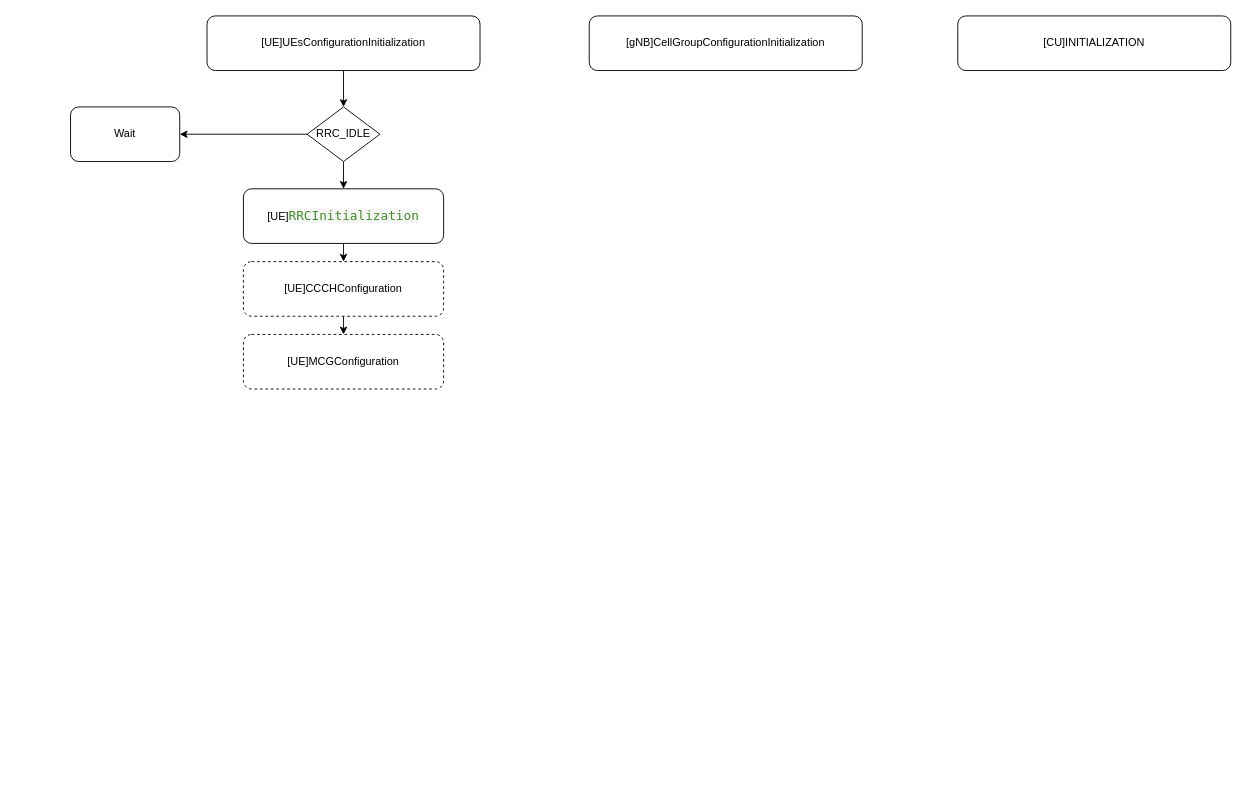
Before: Images/Multiple_gNB_FlowChart.drawio in TsaiChuWang/Cloud-RAN-Simulation-Electronic-Fence-Based-on-NFV, a draw.io diagram. Source tidied: cells renumbered, new cells numbered last; positions are measured from the earlier drawing's top-left corner, leaving out a move shared by most shapes. Both pictures are drawn from the tidied source at 91%, with x=0, y=0 at pixel (70, 15).
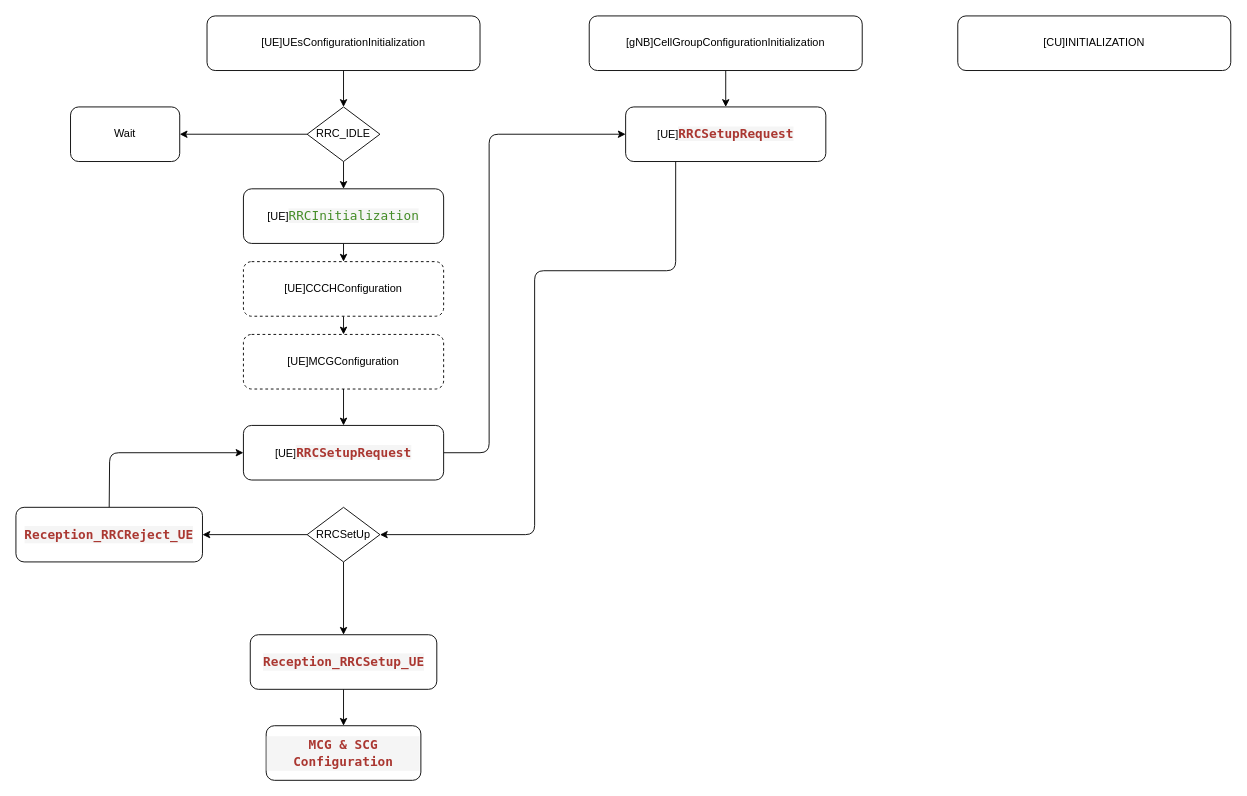
The same page after the edit.

Unchanged cells that the change refers to:
```xml
<mxCell id="2" value="[gNB]CellGroupConfigurationInitialization" style="rounded=1;whiteSpace=wrap;html=1;" parent="1" vertex="1">
  <mxGeometry x="570" width="300" height="60" as="geometry" />
</mxCell>
<mxCell id="14" value="[UE]MCGConfiguration" style="rounded=1;whiteSpace=wrap;html=1;dashed=1;" parent="1" vertex="1">
  <mxGeometry x="190" y="350" width="220" height="60" as="geometry" />
</mxCell>
```

The edit, as a diff of the source:
```diff
@@
+    <mxCell id="15" style="edgeStyle=none;html=1;" parent="1" edge="1" source="2" target="23">
+      <mxGeometry relative="1" as="geometry" />
+    </mxCell>
@@
+    <mxCell id="16" style="edgeStyle=none;html=1;" parent="1" edge="1" source="14" target="18">
+      <mxGeometry relative="1" as="geometry" />
+    </mxCell>
@@
+    <mxCell id="17" style="edgeStyle=none;html=1;entryX=0;entryY=0.5;entryDx=0;entryDy=0;exitX=1;exitY=0.5;exitDx=0;exitDy=0;" parent="1" edge="1" source="18" target="23">
+      <mxGeometry relative="1" as="geometry">
+        <Array as="points">
+          <mxPoint x="460" y="480" />
+          <mxPoint x="460" y="130" />
+        </Array>
+      </mxGeometry>
+    </mxCell>
+    <mxCell id="18" value="[UE]&lt;span style=&quot;color: rgb(170 , 55 , 49) ; font-weight: bold ; background-color: rgb(245 , 245 , 245) ; font-family: &amp;#34;droid sans mono&amp;#34; , &amp;#34;monospace&amp;#34; , monospace ; font-size: 14px&quot;&gt;RRCSetupRequest&lt;/span&gt;" style="rounded=1;whiteSpace=wrap;html=1;" parent="1" vertex="1">
+      <mxGeometry x="190" y="450" width="220" height="60" as="geometry" />
+    </mxCell>
+    <mxCell id="19" style="edgeStyle=none;html=1;" parent="1" edge="1" source="21" target="25">
+      <mxGeometry relative="1" as="geometry" />
+    </mxCell>
+    <mxCell id="20" style="edgeStyle=none;html=1;entryX=1;entryY=0.5;entryDx=0;entryDy=0;" parent="1" edge="1" source="21" target="28">
+      <mxGeometry relative="1" as="geometry" />
+    </mxCell>
+    <mxCell id="21" value="RRCSetUp" style="rhombus;whiteSpace=wrap;html=1;" parent="1" vertex="1">
+      <mxGeometry x="260" y="540" width="80" height="60" as="geometry" />
+    </mxCell>
+    <mxCell id="22" style="edgeStyle=none;html=1;entryX=1;entryY=0.5;entryDx=0;entryDy=0;exitX=0.25;exitY=1;exitDx=0;exitDy=0;" parent="1" edge="1" source="23" target="21">
+      <mxGeometry relative="1" as="geometry">
+        <Array as="points">
+          <mxPoint x="665" y="280" />
+          <mxPoint x="510" y="280" />
+          <mxPoint x="510" y="570" />
+        </Array>
+      </mxGeometry>
+    </mxCell>
+    <mxCell id="23" value="[UE]&lt;span style=&quot;color: rgb(170 , 55 , 49) ; font-weight: bold ; background-color: rgb(245 , 245 , 245) ; font-family: &amp;#34;droid sans mono&amp;#34; , &amp;#34;monospace&amp;#34; , monospace ; font-size: 14px&quot;&gt;RRCSetupRequest&lt;/span&gt;" style="rounded=1;whiteSpace=wrap;html=1;" parent="1" vertex="1">
+      <mxGeometry x="610" y="100" width="220" height="60" as="geometry" />
+    </mxCell>
+    <mxCell id="24" style="edgeStyle=none;html=1;" parent="1" edge="1" source="25" target="26">
+      <mxGeometry relative="1" as="geometry" />
+    </mxCell>
+    <mxCell id="25" value="&lt;div style=&quot;color: rgb(51 , 51 , 51) ; background-color: rgb(245 , 245 , 245) ; font-family: &amp;#34;droid sans mono&amp;#34; , &amp;#34;monospace&amp;#34; , monospace ; font-size: 14px ; line-height: 19px&quot;&gt;&lt;span style=&quot;color: #aa3731 ; font-weight: bold&quot;&gt;Reception_RRCSetup_UE&lt;/span&gt;&lt;/div&gt;" style="rounded=1;whiteSpace=wrap;html=1;" parent="1" vertex="1">
+      <mxGeometry x="197.5" y="680" width="205" height="60" as="geometry" />
+    </mxCell>
+    <mxCell id="26" value="&lt;div style=&quot;color: rgb(51 , 51 , 51) ; background-color: rgb(245 , 245 , 245) ; font-family: &amp;#34;droid sans mono&amp;#34; , &amp;#34;monospace&amp;#34; , monospace ; font-size: 14px ; line-height: 19px&quot;&gt;&lt;span style=&quot;color: #aa3731 ; font-weight: bold&quot;&gt;MCG &amp;amp; SCG Configuration&lt;/span&gt;&lt;/div&gt;" style="rounded=1;whiteSpace=wrap;html=1;" parent="1" vertex="1">
+      <mxGeometry x="215" y="780" width="170" height="60" as="geometry" />
+    </mxCell>
+    <mxCell id="27" style="edgeStyle=none;html=1;entryX=0;entryY=0.5;entryDx=0;entryDy=0;exitX=0.5;exitY=0;exitDx=0;exitDy=0;" parent="1" edge="1" source="28" target="18">
+      <mxGeometry relative="1" as="geometry">
+        <Array as="points">
+          <mxPoint x="43" y="480" />
+        </Array>
+      </mxGeometry>
+    </mxCell>
+    <mxCell id="28" value="&lt;div style=&quot;color: rgb(51 , 51 , 51) ; background-color: rgb(245 , 245 , 245) ; font-family: &amp;#34;droid sans mono&amp;#34; , &amp;#34;monospace&amp;#34; , monospace ; font-size: 14px ; line-height: 19px&quot;&gt;&lt;div style=&quot;font-family: &amp;#34;droid sans mono&amp;#34; , &amp;#34;monospace&amp;#34; , monospace ; line-height: 19px&quot;&gt;&lt;span style=&quot;color: #aa3731 ; font-weight: bold&quot;&gt;Reception_RRCReject_UE&lt;/span&gt;&lt;/div&gt;&lt;/div&gt;" style="rounded=1;whiteSpace=wrap;html=1;" parent="1" vertex="1">
+      <mxGeometry x="-60" y="540" width="205" height="60" as="geometry" />
+    </mxCell>
```
